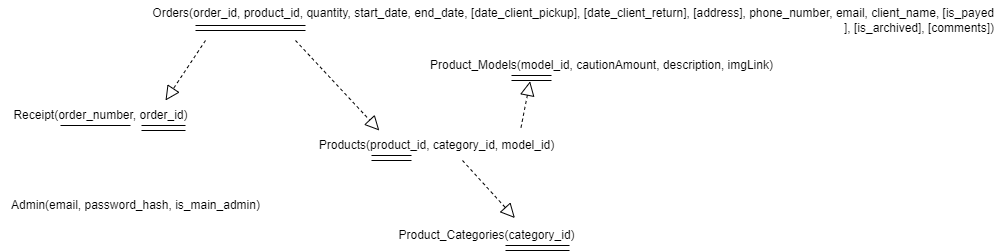
Earlier version of the draw.io export Mapping_relationnel.png (Emilevillette/LINFO1212-2022-12). Source tidied: cells renumbered, new cells last; positions are measured from the earlier drawing's top-left corner, leaving out a move shared by most shapes. Source of this version:
```xml
<mxGraphModel>
  <root>
    <mxCell id="0" />
    <mxCell id="1" parent="0" />
    <mxCell id="2" value="&lt;font style=&quot;font-size: 12px;&quot;&gt;Orders(order_id, product_id, quantity, start_date, end_date, [&lt;span style=&quot;&quot;&gt;date_client_pickup&lt;/span&gt;], [&lt;span style=&quot;&quot;&gt;date_client_return&lt;/span&gt;], [address],&amp;nbsp;&lt;span style=&quot;&quot;&gt;phone_number&lt;/span&gt;, email, client_name, [&lt;span style=&quot;&quot;&gt;is_payed&lt;/span&gt;&lt;br&gt;], [is_archived], [comments])&lt;/font&gt;" style="text;html=1;align=right;verticalAlign=middle;strokeColor=none;fillColor=none;" parent="1" vertex="1">
      <mxGeometry x="125" width="870" height="40" as="geometry" />
    </mxCell>
    <mxCell id="3" value="Products(product_id, category_id, model_id)" style="text;html=1;align=center;verticalAlign=middle;points=[];strokeColor=none;fillColor=none;" parent="1" vertex="1">
      <mxGeometry x="306" y="130" width="260" height="30" as="geometry" />
    </mxCell>
    <mxCell id="4" value="Admin(email, password_hash, is_main_admin)" style="text;html=1;align=center;verticalAlign=middle;strokeColor=none;fillColor=none;" parent="1" vertex="1">
      <mxGeometry y="190" width="270" height="30" as="geometry" />
    </mxCell>
    <mxCell id="5" value="Product_Models(model_id, cautionAmount, description, imgLink)" style="text;html=1;align=center;verticalAlign=middle;strokeColor=none;fillColor=none;" parent="1" vertex="1">
      <mxGeometry x="416" y="50" width="370" height="30" as="geometry" />
    </mxCell>
    <mxCell id="6" value="Product_Categories(category_id)" style="text;html=1;align=center;verticalAlign=middle;points=[];strokeColor=none;fillColor=none;" parent="1" vertex="1">
      <mxGeometry x="386" y="220" width="200" height="30" as="geometry" />
    </mxCell>
    <mxCell id="7" value="Receipt(order_number, order_id)" style="text;html=1;align=center;verticalAlign=middle;strokeColor=none;fillColor=none;" parent="1" vertex="1">
      <mxGeometry y="100" width="200" height="30" as="geometry" />
    </mxCell>
    <mxCell id="8" style="verticalLabelPosition=bottom;shadow=0;dashed=0;align=center;html=1;verticalAlign=top;shape=mxgraph.electrical.transmission.2_line_bus;" parent="1" vertex="1">
      <mxGeometry x="195" y="25" width="110" height="5" as="geometry" />
    </mxCell>
    <mxCell id="9" style="verticalLabelPosition=bottom;shadow=0;dashed=0;align=center;html=1;verticalAlign=top;shape=mxgraph.electrical.transmission.2_line_bus;" parent="1" vertex="1">
      <mxGeometry x="141" y="125" width="44" height="5" as="geometry" />
    </mxCell>
    <mxCell id="10" style="verticalLabelPosition=bottom;shadow=0;dashed=0;align=center;html=1;verticalAlign=top;shape=mxgraph.electrical.transmission.2_line_bus;" parent="1" vertex="1">
      <mxGeometry x="371" y="155" width="40" height="5" as="geometry" />
    </mxCell>
    <mxCell id="11" style="verticalLabelPosition=bottom;shadow=0;dashed=0;align=center;html=1;verticalAlign=top;shape=mxgraph.electrical.transmission.2_line_bus;" parent="1" vertex="1">
      <mxGeometry x="511" y="75" width="40" height="5" as="geometry" />
    </mxCell>
    <mxCell id="12" style="verticalLabelPosition=bottom;shadow=0;dashed=0;align=center;html=1;verticalAlign=top;shape=mxgraph.electrical.transmission.2_line_bus;" parent="1" vertex="1">
      <mxGeometry x="505" y="245" width="64" height="5" as="geometry" />
    </mxCell>
    <mxCell id="13" style="endArrow=none;html=1;rounded=0;" parent="1" edge="1">
      <mxGeometry relative="1" as="geometry">
        <mxPoint x="60" y="125" as="sourcePoint" />
        <mxPoint x="130" y="125" as="targetPoint" />
      </mxGeometry>
    </mxCell>
    <mxCell id="14" style="endArrow=block;dashed=1;endFill=0;endSize=12;html=1;rounded=0;exitX=0.6;exitY=1;exitDx=0;exitDy=0;exitPerimeter=0;entryX=0.642;entryY=-0.081;entryDx=0;entryDy=0;entryPerimeter=0;" parent="1" edge="1" source="3" target="6">
      <mxGeometry relative="1" as="geometry" />
    </mxCell>
    <mxCell id="15" style="endArrow=block;dashed=1;endFill=0;endSize=12;html=1;rounded=0;exitX=0.825;exitY=-0.1;exitDx=0;exitDy=0;exitPerimeter=0;entryX=0.465;entryY=1.16;entryDx=0;entryDy=0;entryPerimeter=0;" parent="1" edge="1" source="3" target="11">
      <mxGeometry relative="1" as="geometry" />
    </mxCell>
    <mxCell id="16" style="endArrow=block;dashed=1;endFill=0;endSize=12;html=1;rounded=0;entryX=0.28;entryY=0;entryDx=0;entryDy=0;entryPerimeter=0;" parent="1" edge="1" target="3">
      <mxGeometry relative="1" as="geometry">
        <mxPoint x="295" y="40" as="sourcePoint" />
      </mxGeometry>
    </mxCell>
    <mxCell id="17" style="endArrow=block;dashed=1;endFill=0;endSize=12;html=1;rounded=0;" parent="1" edge="1">
      <mxGeometry relative="1" as="geometry">
        <mxPoint x="205" y="40" as="sourcePoint" />
        <mxPoint x="165" y="100" as="targetPoint" />
      </mxGeometry>
    </mxCell>
  </root>
</mxGraphModel>
```
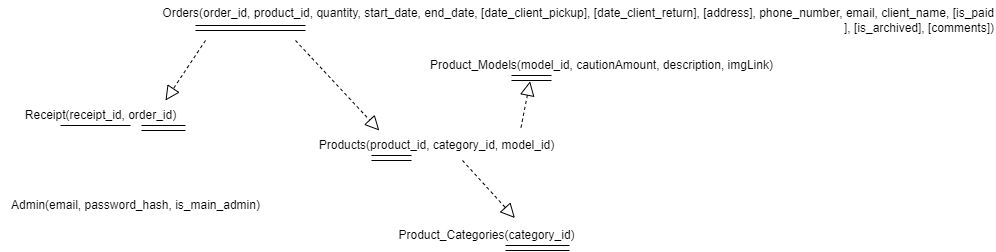
The same file after the commit.

Commit message:
Orm and mapping typo words changed

The edit, as a diff of the source:
```diff
@@ -2,8 +2,8 @@
   <root>
     <mxCell id="0" />
     <mxCell id="1" parent="0" />
-    <mxCell id="2" value="&lt;font style=&quot;font-size: 12px;&quot;&gt;Orders(order_id, product_id, quantity, start_date, end_date, [&lt;span style=&quot;&quot;&gt;date_client_pickup&lt;/span&gt;], [&lt;span style=&quot;&quot;&gt;date_client_return&lt;/span&gt;], [address],&amp;nbsp;&lt;span style=&quot;&quot;&gt;phone_number&lt;/span&gt;, email, client_name, [&lt;span style=&quot;&quot;&gt;is_payed&lt;/span&gt;&lt;br&gt;], [is_archived], [comments])&lt;/font&gt;" style="text;html=1;align=right;verticalAlign=middle;strokeColor=none;fillColor=none;" parent="1" vertex="1">
-      <mxGeometry x="125" width="870" height="40" as="geometry" />
+    <mxCell id="2" value="&lt;font style=&quot;font-size: 12px;&quot;&gt;Orders(order_id, product_id, quantity, start_date, end_date, [&lt;span style=&quot;&quot;&gt;date_client_pickup&lt;/span&gt;], [&lt;span style=&quot;&quot;&gt;date_client_return&lt;/span&gt;], [address],&amp;nbsp;&lt;span style=&quot;&quot;&gt;phone_number&lt;/span&gt;, email, client_name, [&lt;span style=&quot;&quot;&gt;is_paid&lt;/span&gt;&lt;br&gt;], [is_archived], [comments])&lt;/font&gt;" style="text;html=1;align=right;verticalAlign=middle;strokeColor=none;fillColor=none;" parent="1" vertex="1">
+      <mxGeometry x="135" width="860" height="40" as="geometry" />
     </mxCell>
     <mxCell id="3" value="Products(product_id, category_id, model_id)" style="text;html=1;align=center;verticalAlign=middle;points=[];strokeColor=none;fillColor=none;" parent="1" vertex="1">
       <mxGeometry x="306" y="130" width="260" height="30" as="geometry" />
@@ -17,8 +17,8 @@
     <mxCell id="6" value="Product_Categories(category_id)" style="text;html=1;align=center;verticalAlign=middle;points=[];strokeColor=none;fillColor=none;" parent="1" vertex="1">
       <mxGeometry x="386" y="220" width="200" height="30" as="geometry" />
     </mxCell>
-    <mxCell id="7" value="Receipt(order_number, order_id)" style="text;html=1;align=center;verticalAlign=middle;strokeColor=none;fillColor=none;" parent="1" vertex="1">
-      <mxGeometry y="100" width="200" height="30" as="geometry" />
+    <mxCell id="7" value="Receipt(receipt_id, order_id)" style="text;html=1;align=center;verticalAlign=middle;strokeColor=none;fillColor=none;" parent="1" vertex="1">
+      <mxGeometry x="15" y="100" width="170" height="30" as="geometry" />
     </mxCell>
     <mxCell id="8" style="verticalLabelPosition=bottom;shadow=0;dashed=0;align=center;html=1;verticalAlign=top;shape=mxgraph.electrical.transmission.2_line_bus;" parent="1" vertex="1">
       <mxGeometry x="195" y="25" width="110" height="5" as="geometry" />
```
